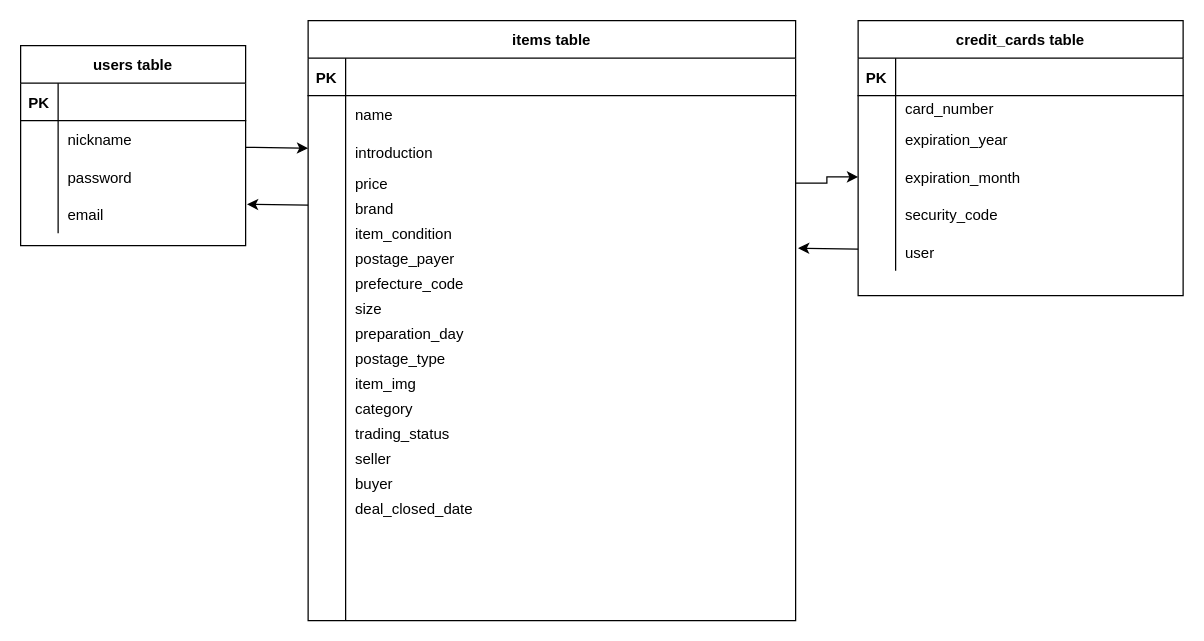
Before: table.dio in masayaono/furima-32136, a draw.io diagram. Source tidied: cells renumbered, new cells numbered last; positions are measured from the earlier drawing's top-left corner, leaving out a move shared by most shapes. Both pictures are drawn from the tidied source at 125%, with x=0, y=0 at pixel (20, 20).
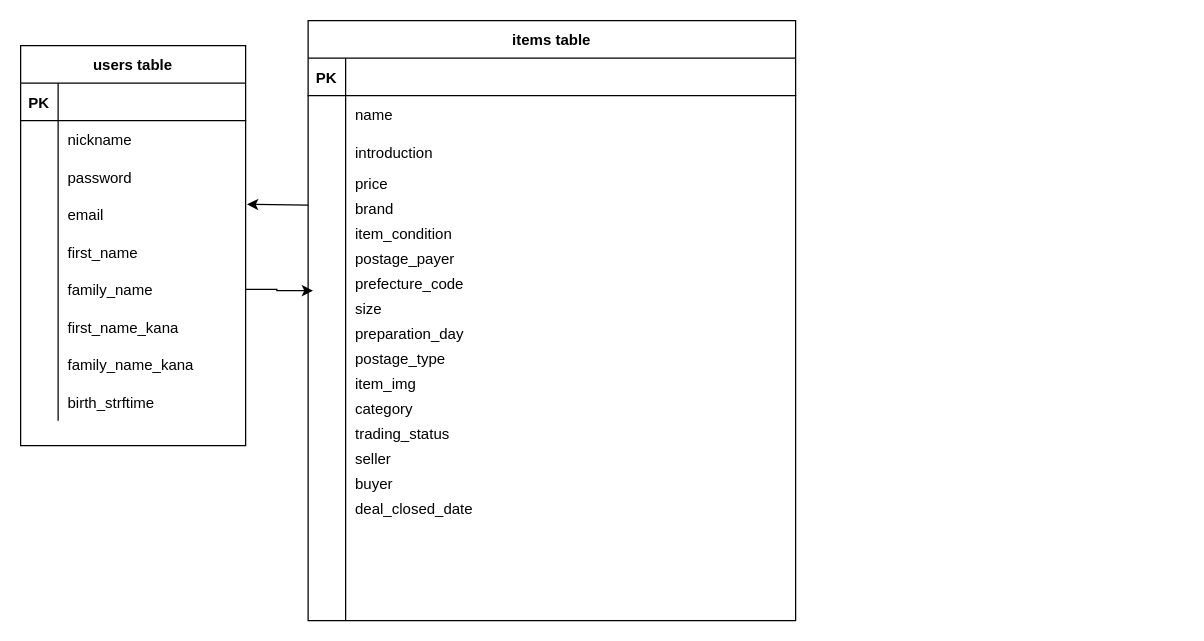
After the change.

Unchanged cells that the change refers to:
```xml
<mxCell id="23" style="shape=partialRectangle;fillColor=none;top=0;left=0;bottom=0;right=0;points=[[0,0.5],[1,0.5]];portConstraint=eastwest;" parent="16" vertex="1">
  <mxGeometry y="90" width="390" height="30" as="geometry" />
</mxCell>
<mxCell id="26" style="shape=partialRectangle;fillColor=none;top=0;left=0;bottom=0;right=0;points=[[0,0.5],[1,0.5]];portConstraint=eastwest;" parent="16" vertex="1">
  <mxGeometry y="120" width="390" height="20" as="geometry" />
</mxCell>
<mxCell id="35" style="shape=partialRectangle;fillColor=none;top=0;left=0;bottom=0;right=0;points=[[0,0.5],[1,0.5]];portConstraint=eastwest;" parent="16" vertex="1">
  <mxGeometry y="180" width="390" height="20" as="geometry" />
</mxCell>
<mxCell id="41" style="shape=partialRectangle;fillColor=none;top=0;left=0;bottom=0;right=0;points=[[0,0.5],[1,0.5]];portConstraint=eastwest;" parent="16" vertex="1">
  <mxGeometry y="220" width="390" height="20" as="geometry" />
</mxCell>
```

What changed in the source:
```diff
@@
-    <mxCell id="2" style="edgeStyle=none;rounded=0;jettySize=auto;html=1;" parent="1" edge="1" source="3" target="23">
-      <mxGeometry relative="1" as="geometry" />
-    </mxCell>
     <mxCell id="3" value="users table" style="shape=table;startSize=30;childLayout=tableLayout;rowLines=0;fontStyle=1;align=center;" parent="1" vertex="1">
-      <mxGeometry y="20" width="180" height="160" as="geometry" />
+      <mxGeometry y="20" width="180" height="320" as="geometry" />
     </mxCell>
@@
+    <mxCell id="102" style="shape=partialRectangle;fillColor=none;top=0;left=0;bottom=0;right=0;" parent="3" vertex="1">
+      <mxGeometry y="150" width="180" height="30" as="geometry" />
+    </mxCell>
+    <mxCell id="103" style="shape=partialRectangle;fillColor=none;top=0;left=0;bottom=0;right=0;overflow=hidden;" parent="102" vertex="1">
+      <mxGeometry width="30" height="30" as="geometry" />
+    </mxCell>
+    <mxCell id="104" value="first_name" style="shape=partialRectangle;fillColor=none;top=0;left=0;bottom=0;right=0;align=left;spacingLeft=6;overflow=hidden;" parent="102" vertex="1">
+      <mxGeometry x="30" width="150" height="30" as="geometry" />
+    </mxCell>
+    <mxCell id="105" style="shape=partialRectangle;fillColor=none;top=0;left=0;bottom=0;right=0;points=[[0,0.5],[1,0.5]];portConstraint=eastwest;" parent="3" vertex="1">
+      <mxGeometry y="180" width="180" height="30" as="geometry" />
+    </mxCell>
+    <mxCell id="106" style="shape=partialRectangle;fillColor=none;top=0;left=0;bottom=0;right=0;overflow=hidden;" parent="105" vertex="1">
+      <mxGeometry width="30" height="30" as="geometry" />
+    </mxCell>
+    <mxCell id="107" value="family_name" style="shape=partialRectangle;fillColor=none;top=0;left=0;bottom=0;right=0;align=left;spacingLeft=6;overflow=hidden;" parent="105" vertex="1">
+      <mxGeometry x="30" width="150" height="30" as="geometry" />
+    </mxCell>
+    <mxCell id="108" style="shape=partialRectangle;fillColor=none;top=0;left=0;bottom=0;right=0;" parent="3" vertex="1">
+      <mxGeometry y="210" width="180" height="30" as="geometry" />
+    </mxCell>
+    <mxCell id="109" style="shape=partialRectangle;fillColor=none;top=0;left=0;bottom=0;right=0;overflow=hidden;" parent="108" vertex="1">
+      <mxGeometry width="30" height="30" as="geometry" />
+    </mxCell>
+    <mxCell id="110" value="first_name_kana" style="shape=partialRectangle;fillColor=none;top=0;left=0;bottom=0;right=0;align=left;spacingLeft=6;overflow=hidden;" parent="108" vertex="1">
+      <mxGeometry x="30" width="150" height="30" as="geometry" />
+    </mxCell>
+    <mxCell id="111" style="shape=partialRectangle;fillColor=none;top=0;left=0;bottom=0;right=0;" parent="3" vertex="1">
+      <mxGeometry y="240" width="180" height="30" as="geometry" />
+    </mxCell>
+    <mxCell id="112" style="shape=partialRectangle;fillColor=none;top=0;left=0;bottom=0;right=0;overflow=hidden;" parent="111" vertex="1">
+      <mxGeometry width="30" height="30" as="geometry" />
+    </mxCell>
+    <mxCell id="113" value="family_name_kana " style="shape=partialRectangle;fillColor=none;top=0;left=0;bottom=0;right=0;align=left;spacingLeft=6;overflow=hidden;" parent="111" vertex="1">
+      <mxGeometry x="30" width="150" height="30" as="geometry" />
+    </mxCell>
+    <mxCell id="114" style="shape=partialRectangle;fillColor=none;top=0;left=0;bottom=0;right=0;" parent="3" vertex="1">
+      <mxGeometry y="270" width="180" height="30" as="geometry" />
+    </mxCell>
+    <mxCell id="115" style="shape=partialRectangle;fillColor=none;top=0;left=0;bottom=0;right=0;overflow=hidden;" parent="114" vertex="1">
+      <mxGeometry width="30" height="30" as="geometry" />
+    </mxCell>
+    <mxCell id="116" value="birth_strftime" style="shape=partialRectangle;fillColor=none;top=0;left=0;bottom=0;right=0;align=left;spacingLeft=6;overflow=hidden;" parent="114" vertex="1">
+      <mxGeometry x="30" width="150" height="30" as="geometry" />
+    </mxCell>
@@
-    <mxCell id="80" value="credit_cards table" style="shape=table;startSize=30;childLayout=tableLayout;rowLines=0;fontStyle=1;align=center;" parent="1" vertex="1">
-      <mxGeometry x="670" width="260" height="220" as="geometry" />
-    </mxCell>
-    <mxCell id="81" style="shape=partialRectangle;fillColor=none;top=0;left=0;bottom=1;right=0;" parent="80" vertex="1">
-      <mxGeometry y="30" width="260" height="30" as="geometry" />
-    </mxCell>
-    <mxCell id="82" value="PK" style="shape=partialRectangle;fillColor=none;top=0;left=0;bottom=0;right=0;fontStyle=1;overflow=hidden;" parent="81" vertex="1">
-      <mxGeometry width="30" height="30" as="geometry" />
-    </mxCell>
-    <mxCell id="83" style="shape=partialRectangle;fillColor=none;top=0;left=0;bottom=0;right=0;align=left;spacingLeft=6;fontStyle=5;overflow=hidden;" parent="81" vertex="1">
-      <mxGeometry x="30" width="230" height="30" as="geometry" />
-    </mxCell>
-    <mxCell id="84" style="shape=partialRectangle;fillColor=none;top=0;left=0;bottom=0;right=0;" parent="80" vertex="1">
-      <mxGeometry y="60" width="260" height="20" as="geometry" />
-    </mxCell>
-    <mxCell id="85" style="shape=partialRectangle;fillColor=none;top=0;left=0;bottom=0;right=0;overflow=hidden;" parent="84" vertex="1">
-      <mxGeometry width="30" height="20" as="geometry" />
-    </mxCell>
-    <mxCell id="86" value="card_number" style="shape=partialRectangle;fillColor=none;top=0;left=0;bottom=0;right=0;align=left;spacingLeft=6;overflow=hidden;" parent="84" vertex="1">
-      <mxGeometry x="30" width="230" height="20" as="geometry" />
-    </mxCell>
-    <mxCell id="87" style="shape=partialRectangle;fillColor=none;top=0;left=0;bottom=0;right=0;" parent="80" vertex="1">
-      <mxGeometry y="80" width="260" height="30" as="geometry" />
-    </mxCell>
-    <mxCell id="88" style="shape=partialRectangle;fillColor=none;top=0;left=0;bottom=0;right=0;overflow=hidden;" parent="87" vertex="1">
-      <mxGeometry width="30" height="30" as="geometry" />
-    </mxCell>
-    <mxCell id="89" value="expiration_year" style="shape=partialRectangle;fillColor=none;top=0;left=0;bottom=0;right=0;align=left;spacingLeft=6;overflow=hidden;" parent="87" vertex="1">
-      <mxGeometry x="30" width="230" height="30" as="geometry" />
-    </mxCell>
-    <mxCell id="90" style="shape=partialRectangle;fillColor=none;top=0;left=0;bottom=0;right=0;points=[[0,0.5],[1,0.5]];portConstraint=eastwest;" parent="80" vertex="1">
-      <mxGeometry y="110" width="260" height="30" as="geometry" />
-    </mxCell>
-    <mxCell id="91" style="shape=partialRectangle;fillColor=none;top=0;left=0;bottom=0;right=0;overflow=hidden;" parent="90" vertex="1">
-      <mxGeometry width="30" height="30" as="geometry" />
-    </mxCell>
-    <mxCell id="92" value="expiration_month" style="shape=partialRectangle;fillColor=none;top=0;left=0;bottom=0;right=0;align=left;spacingLeft=6;overflow=hidden;" parent="90" vertex="1">
-      <mxGeometry x="30" width="230" height="30" as="geometry" />
-    </mxCell>
-    <mxCell id="93" style="shape=partialRectangle;fillColor=none;top=0;left=0;bottom=0;right=0;" parent="80" vertex="1">
-      <mxGeometry y="140" width="260" height="30" as="geometry" />
-    </mxCell>
-    <mxCell id="94" style="shape=partialRectangle;fillColor=none;top=0;left=0;bottom=0;right=0;overflow=hidden;" parent="93" vertex="1">
-      <mxGeometry width="30" height="30" as="geometry" />
-    </mxCell>
-    <mxCell id="95" value="security_code" style="shape=partialRectangle;fillColor=none;top=0;left=0;bottom=0;right=0;align=left;spacingLeft=6;overflow=hidden;" parent="93" vertex="1">
-      <mxGeometry x="30" width="230" height="30" as="geometry" />
-    </mxCell>
-    <mxCell id="96" style="shape=partialRectangle;fillColor=none;top=0;left=0;bottom=0;right=0;points=[[0,0.5],[1,0.5]];portConstraint=eastwest;" parent="80" vertex="1">
-      <mxGeometry y="170" width="260" height="30" as="geometry" />
-    </mxCell>
-    <mxCell id="97" style="shape=partialRectangle;fillColor=none;top=0;left=0;bottom=0;right=0;overflow=hidden;" parent="96" vertex="1">
-      <mxGeometry width="30" height="30" as="geometry" />
-    </mxCell>
-    <mxCell id="98" value="user" style="shape=partialRectangle;fillColor=none;top=0;left=0;bottom=0;right=0;align=left;spacingLeft=6;overflow=hidden;" parent="96" vertex="1">
-      <mxGeometry x="30" width="230" height="30" as="geometry" />
-    </mxCell>
-    <mxCell id="99" style="edgeStyle=orthogonalEdgeStyle;rounded=0;jettySize=auto;html=1;entryX=0;entryY=0.5;entryDx=0;entryDy=0;" parent="1" edge="1" source="26" target="90">
-      <mxGeometry relative="1" as="geometry" />
-    </mxCell>
-    <mxCell id="100" style="edgeStyle=none;rounded=0;jettySize=auto;html=1;entryX=1.005;entryY=0.1;entryDx=0;entryDy=0;entryPerimeter=0;" parent="1" edge="1" source="96" target="35">
-      <mxGeometry relative="1" as="geometry" />
-    </mxCell>
@@
+    <mxCell id="117" style="edgeStyle=orthogonalEdgeStyle;rounded=0;jettySize=auto;html=1;entryX=0.01;entryY=-0.2;entryDx=0;entryDy=0;entryPerimeter=0;" parent="1" edge="1" source="105" target="41">
+      <mxGeometry relative="1" as="geometry" />
+    </mxCell>
```
